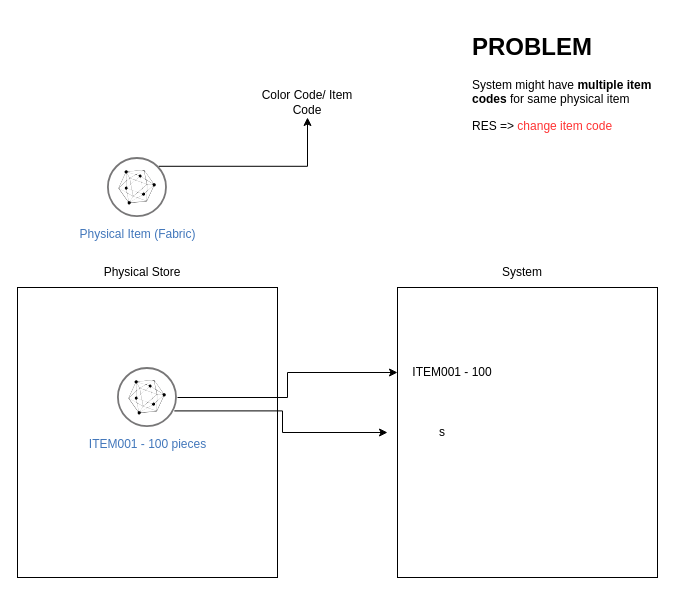
The draw.io diagram reclassification-walkthrough.drawio in visalatfortude/rapid-artifacts, before the edit. Source tidied: cells renumbered, new cells numbered last; positions are measured from the earlier drawing's top-left corner, leaving out a move shared by most shapes. Both pictures are drawn from the tidied source at 100%, with x=0, y=0 at pixel (17, 27).
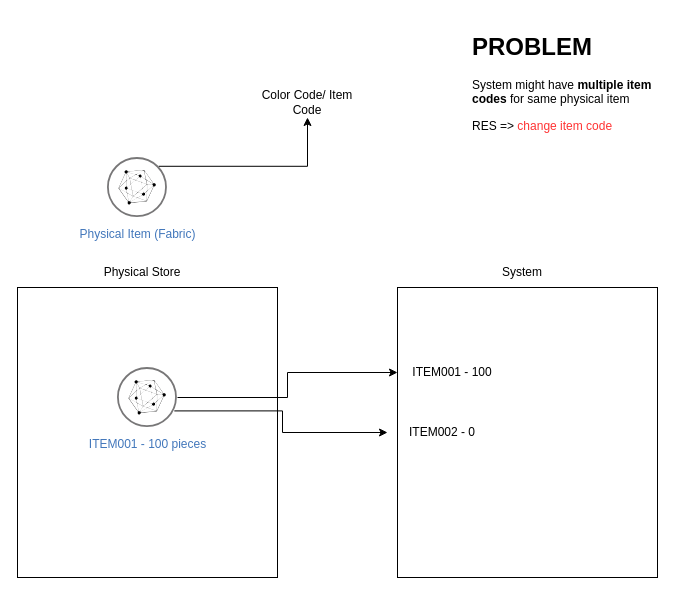
The same page after the edit.

The edit, as a diff of the source:
```diff
@@
 <mxGraphModel>
   <root>
     <mxCell id="0" />
     <mxCell id="1" parent="0" />
     <mxCell id="2" style="edgeStyle=orthogonalEdgeStyle;rounded=0;jettySize=auto;html=1;exitX=1;exitY=0;exitDx=0;exitDy=0;" parent="1" edge="1" source="3" target="4">
       <mxGeometry relative="1" as="geometry" />
     </mxCell>
     <mxCell id="3" value="Physical Item (Fabric)" style="perimeter=ellipsePerimeter;html=1;align=center;shadow=0;dashed=0;fontColor=#4277BB;labelBackgroundColor=#ffffff;fontSize=12;spacingTop=3;image;image=img/lib/ibm/blockchain/hyperledger_fabric.svg;" parent="1" vertex="1">
       <mxGeometry x="90" y="130" width="60" height="60" as="geometry" />
     </mxCell>
     <mxCell id="4" value="Color Code/ Item Code" style="text;html=1;strokeColor=none;fillColor=none;align=center;verticalAlign=middle;whiteSpace=wrap;rounded=0;" parent="1" vertex="1">
       <mxGeometry x="230" y="60" width="120" height="30" as="geometry" />
     </mxCell>
     <mxCell id="5" style="rounded=0;whiteSpace=wrap;html=1;" parent="1" vertex="1">
       <mxGeometry y="260" width="260" height="290" as="geometry" />
     </mxCell>
     <mxCell id="6" value="Physical Store" style="text;html=1;strokeColor=none;fillColor=none;align=center;verticalAlign=middle;whiteSpace=wrap;rounded=0;" parent="1" vertex="1">
       <mxGeometry x="70" y="230" width="110" height="30" as="geometry" />
     </mxCell>
     <mxCell id="7" style="rounded=0;whiteSpace=wrap;html=1;" parent="1" vertex="1">
       <mxGeometry x="380" y="260" width="260" height="290" as="geometry" />
     </mxCell>
     <mxCell id="8" value="System" style="text;html=1;strokeColor=none;fillColor=none;align=center;verticalAlign=middle;whiteSpace=wrap;rounded=0;" parent="1" vertex="1">
       <mxGeometry x="450" y="230" width="110" height="30" as="geometry" />
     </mxCell>
     <mxCell id="9" value="&lt;h1&gt;PROBLEM&lt;/h1&gt;&lt;p&gt;System might have &lt;b&gt;multiple item codes&lt;/b&gt; for same physical item&lt;/p&gt;&lt;p&gt;RES =&amp;gt; &lt;font color=&quot;#ff3333&quot;&gt;change item code&lt;/font&gt;&lt;/p&gt;" style="text;html=1;strokeColor=none;fillColor=none;spacing=5;spacingTop=-20;whiteSpace=wrap;overflow=hidden;rounded=0;" parent="1" vertex="1">
       <mxGeometry x="450" width="190" height="120" as="geometry" />
     </mxCell>
     <mxCell id="10" style="edgeStyle=orthogonalEdgeStyle;rounded=0;jettySize=auto;html=1;" parent="1" edge="1" source="12" target="13">
       <mxGeometry relative="1" as="geometry" />
     </mxCell>
     <mxCell id="11" style="edgeStyle=orthogonalEdgeStyle;rounded=0;jettySize=auto;html=1;exitX=1;exitY=0.75;exitDx=0;exitDy=0;" parent="1" edge="1" source="12" target="14">
       <mxGeometry relative="1" as="geometry" />
     </mxCell>
     <mxCell id="12" value="ITEM001 - 100 pieces" style="perimeter=ellipsePerimeter;html=1;align=center;shadow=0;dashed=0;fontColor=#4277BB;labelBackgroundColor=#ffffff;fontSize=12;spacingTop=3;image;image=img/lib/ibm/blockchain/hyperledger_fabric.svg;" parent="1" vertex="1">
       <mxGeometry x="100" y="340" width="60" height="60" as="geometry" />
     </mxCell>
     <mxCell id="13" value="ITEM001 - 100" style="text;html=1;strokeColor=none;fillColor=none;align=center;verticalAlign=middle;whiteSpace=wrap;rounded=0;" parent="1" vertex="1">
       <mxGeometry x="380" y="330" width="110" height="30" as="geometry" />
     </mxCell>
-    <mxCell id="14" value="s" style="text;html=1;strokeColor=none;fillColor=none;align=center;verticalAlign=middle;whiteSpace=wrap;rounded=0;" parent="1" vertex="1">
+    <mxCell id="14" value="ITEM002 - 0" style="text;html=1;strokeColor=none;fillColor=none;align=center;verticalAlign=middle;whiteSpace=wrap;rounded=0;" parent="1" vertex="1">
       <mxGeometry x="370" y="390" width="110" height="30" as="geometry" />
     </mxCell>
   </root>
 </mxGraphModel>
```
